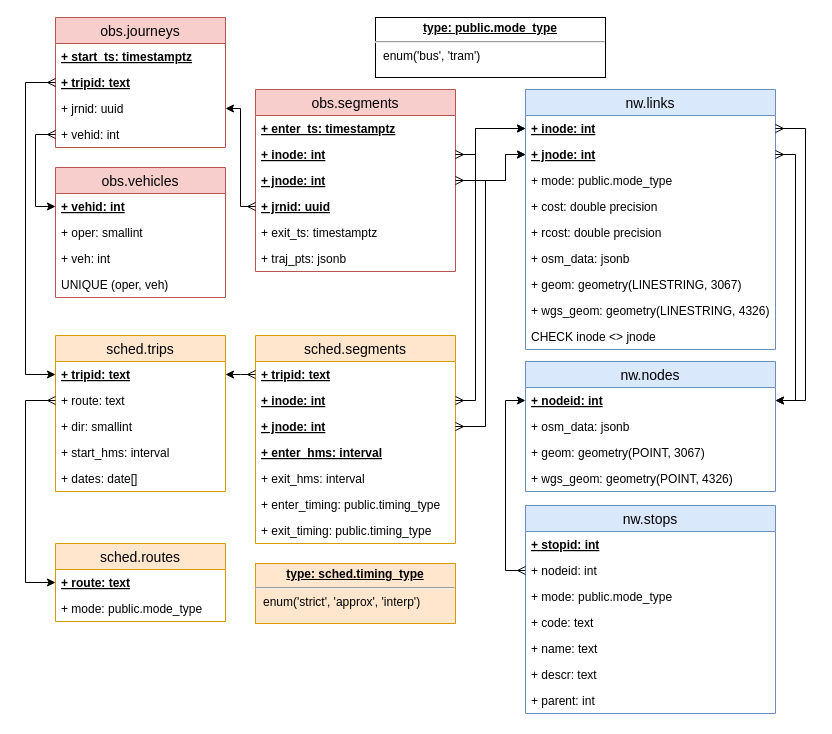
Above: page "production" (1 of 4) of docs/sujuikoDB.drawio in datarttu/sujuikoDB (draw.io), before the change. Source tidied: cells renumbered, new cells numbered last; positions are measured from the earlier drawing's top-left corner, leaving out a move shared by most shapes. Both pictures are drawn from the tidied source at 100%, with x=0, y=0 at pixel (25, 17).
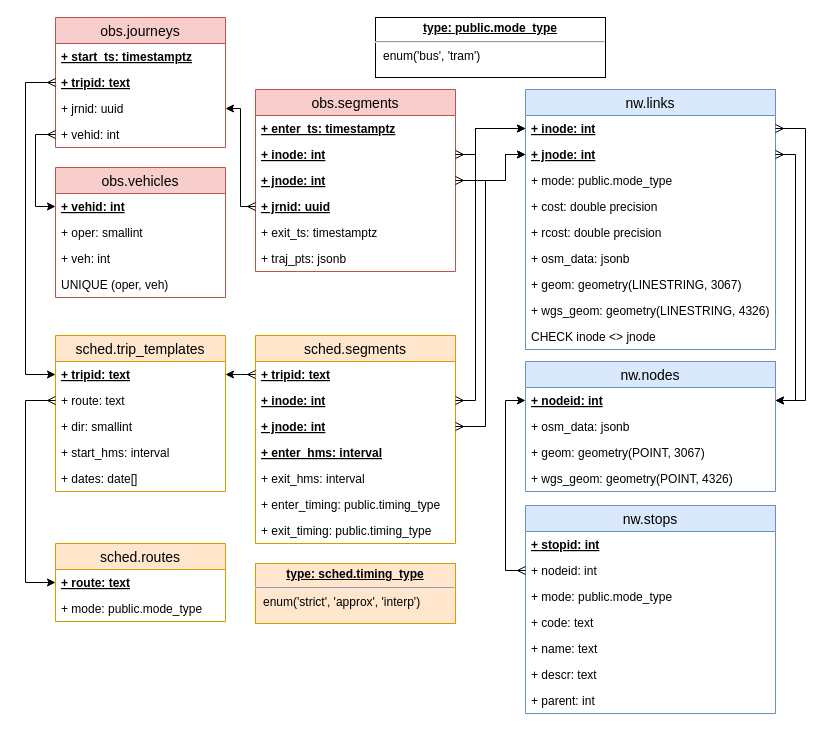
The same page after the edit.

Commit message (it also covers changes not shown here):
Update schedule schema

The edit, as a diff of the source:
```diff
@@
-    <mxCell id="33" value="sched.trips" style="swimlane;fontStyle=0;horizontal=1;startSize=26;fillColor=#ffe6cc;swimlaneFillColor=#ffffff;align=center;fontSize=14;strokeColor=#d79b00;" parent="1" vertex="1">
+    <mxCell id="33" value="sched.trip_templates" style="swimlane;fontStyle=0;horizontal=1;startSize=26;fillColor=#ffe6cc;swimlaneFillColor=#ffffff;align=center;fontSize=14;strokeColor=#d79b00;" parent="1" vertex="1">
       <mxGeometry x="30" y="318" width="170" height="156" as="geometry" />
     </mxCell>
```
